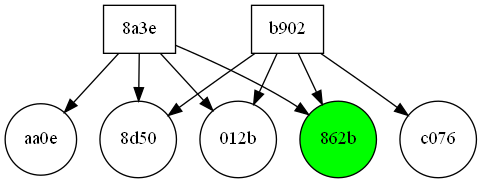
Earlier version of the Graphviz export doctest-output/visitor.gv.png (ziyadalrasbi/F20SC-CW2). Its source is kept beside it as doctest-output/visitor.gv.
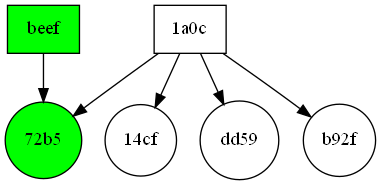
The same diagram one commit later.

The edit, as a diff of the source:
```diff
@@ -1,43 +1,19 @@
 digraph visitor {
 	graph [rank=min]
 	node [shape=rectangle]
-<<<<<<< HEAD
-	"3c01241d5c3a8a3e" [label="8a3e" fillcolor=white shape=rectangle style=filled]
-	"3c01241d5c3a8a3e" -> "140310165657-0000000068d21bb99dec3ad6ee60aa0e"
-	"3c01241d5c3a8a3e" -> "140310171202-000000002e5a8ff1f577548fec708d50"
-	"3c01241d5c3a8a3e" -> "140310171030-000000008b8d98e95ac0797e7fdb012b"
-	"3c01241d5c3a8a3e" -> "140310170010-0000000067dc80801f1df696ae52862b"
-	"4065369dbee2b902" [label=b902 fillcolor=white shape=rectangle style=filled]
-	"4065369dbee2b902" -> "140310171030-000000008b8d98e95ac0797e7fdb012b"
-	"4065369dbee2b902" -> "140310171114-00000000950ae9deb4faca996b0ec076"
-	"4065369dbee2b902" -> "140310171202-000000002e5a8ff1f577548fec708d50"
-	"4065369dbee2b902" -> "140310170010-0000000067dc80801f1df696ae52862b"
-=======
 	"4108dc09bfe11a0c" [label="1a0c" fillcolor=white shape=rectangle style=filled]
+	"4108dc09bfe11a0c" -> "100806162735-00000000115598650cb8b514246272b5"
+	"4108dc09bfe11a0c" -> "101122221951-00000000a695c340822e61891c8f14cf"
 	"4108dc09bfe11a0c" -> "100405170355-00000000ee4bfd24d2ff703b9147dd59"
-	"4108dc09bfe11a0c" -> "100806162735-00000000115598650cb8b514246272b5"
 	"4108dc09bfe11a0c" -> "100806172045-0000000081705fbea3553bd0d745b92f"
-	"4108dc09bfe11a0c" -> "101122221951-00000000a695c340822e61891c8f14cf"
 	"00000000deadbeef" [label=beef fillcolor=green shape=rectangle style=filled]
 	"00000000deadbeef" -> "100806162735-00000000115598650cb8b514246272b5"
->>>>>>> 1e4415ae1d696779caf540b89c7ae98fe3770b2d
 	subgraph document {
 		graph [rank=max shape=circle]
 		node [shape=circle]
-<<<<<<< HEAD
-		"140310165657-0000000068d21bb99dec3ad6ee60aa0e" [label=aa0e fillcolor=white shape=circle]
-		"140310170010-0000000067dc80801f1df696ae52862b" [label="862b" fillcolor=green shape=circle style=filled]
-		"140310170010-0000000067dc80801f1df696ae52862b" [label="862b" fillcolor=green shape=circle style=filled]
-		"140310171030-000000008b8d98e95ac0797e7fdb012b" [label="012b" fillcolor=white shape=circle]
-		"140310171030-000000008b8d98e95ac0797e7fdb012b" [label="012b" fillcolor=white shape=circle]
-		"140310171114-00000000950ae9deb4faca996b0ec076" [label=c076 fillcolor=white shape=circle]
-		"140310171202-000000002e5a8ff1f577548fec708d50" [label="8d50" fillcolor=white shape=circle]
-		"140310171202-000000002e5a8ff1f577548fec708d50" [label="8d50" fillcolor=white shape=circle]
-=======
 		"100806162735-00000000115598650cb8b514246272b5" [label="72b5" fillcolor=green shape=circle style=filled]
+		"101122221951-00000000a695c340822e61891c8f14cf" [label="14cf" fillcolor=white shape=circle style=filled]
 		"100405170355-00000000ee4bfd24d2ff703b9147dd59" [label=dd59 fillcolor=white shape=circle style=filled]
 		"100806172045-0000000081705fbea3553bd0d745b92f" [label=b92f fillcolor=white shape=circle style=filled]
-		"101122221951-00000000a695c340822e61891c8f14cf" [label="14cf" fillcolor=white shape=circle style=filled]
->>>>>>> 1e4415ae1d696779caf540b89c7ae98fe3770b2d
 	}
 }
```
